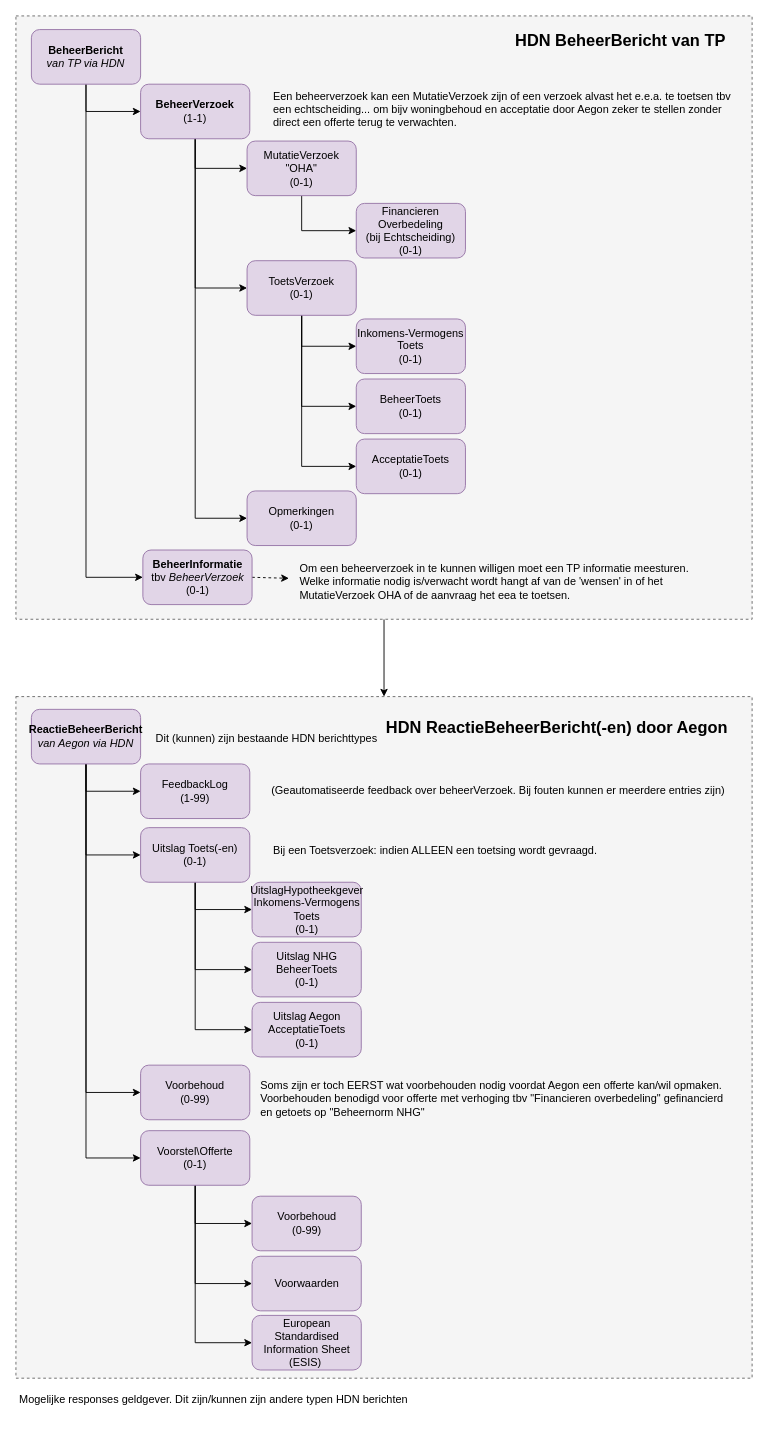
This is page "BeheerBericht" (1 of 7) of HDN-MX-DesignFinal.drawio from luchthandel/diagrams, a draw.io file, before an edit. Source tidied: cells renumbered, new cells numbered last; positions are measured from the earlier drawing's top-left corner, leaving out a move shared by most shapes. Both pictures are drawn from the tidied source at 91%, with x=0, y=0 at pixel (15, 15).
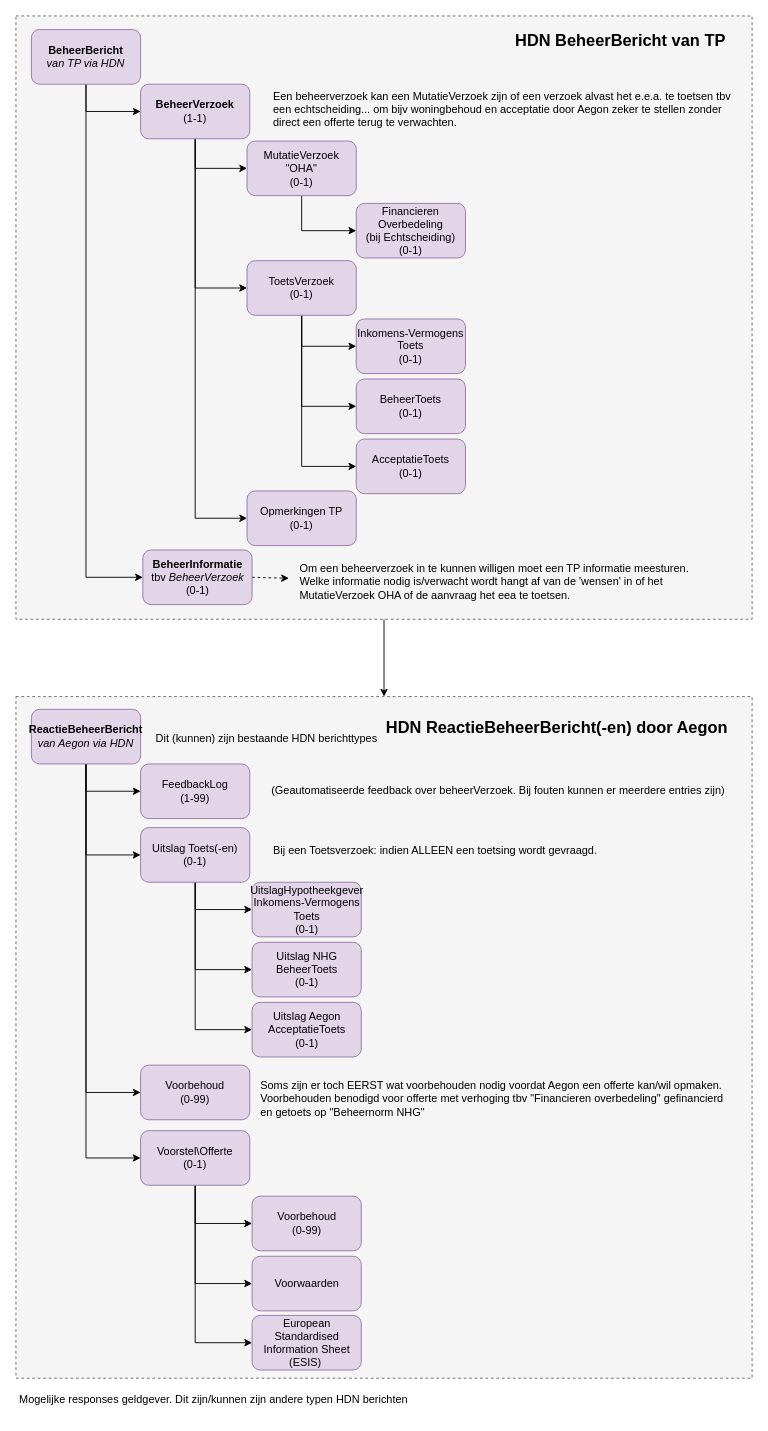
After the change.

What changed in the source:
```diff
@@
-    <mxCell id="45" value="&lt;span&gt;Opmerkingen&lt;br&gt;(0-1)&lt;br&gt;&lt;/span&gt;" style="rounded=1;whiteSpace=wrap;html=1;fontStyle=0;fillColor=#e1d5e7;strokeColor=#9673a6;" parent="1" vertex="1">
+    <mxCell id="45" value="&lt;span&gt;Opmerkingen TP&lt;br&gt;(0-1)&lt;br&gt;&lt;/span&gt;" style="rounded=1;whiteSpace=wrap;html=1;fontStyle=0;fillColor=#e1d5e7;strokeColor=#9673a6;" parent="1" vertex="1">
       <mxGeometry x="254" y="522" width="120" height="60" as="geometry" />
     </mxCell>
```
